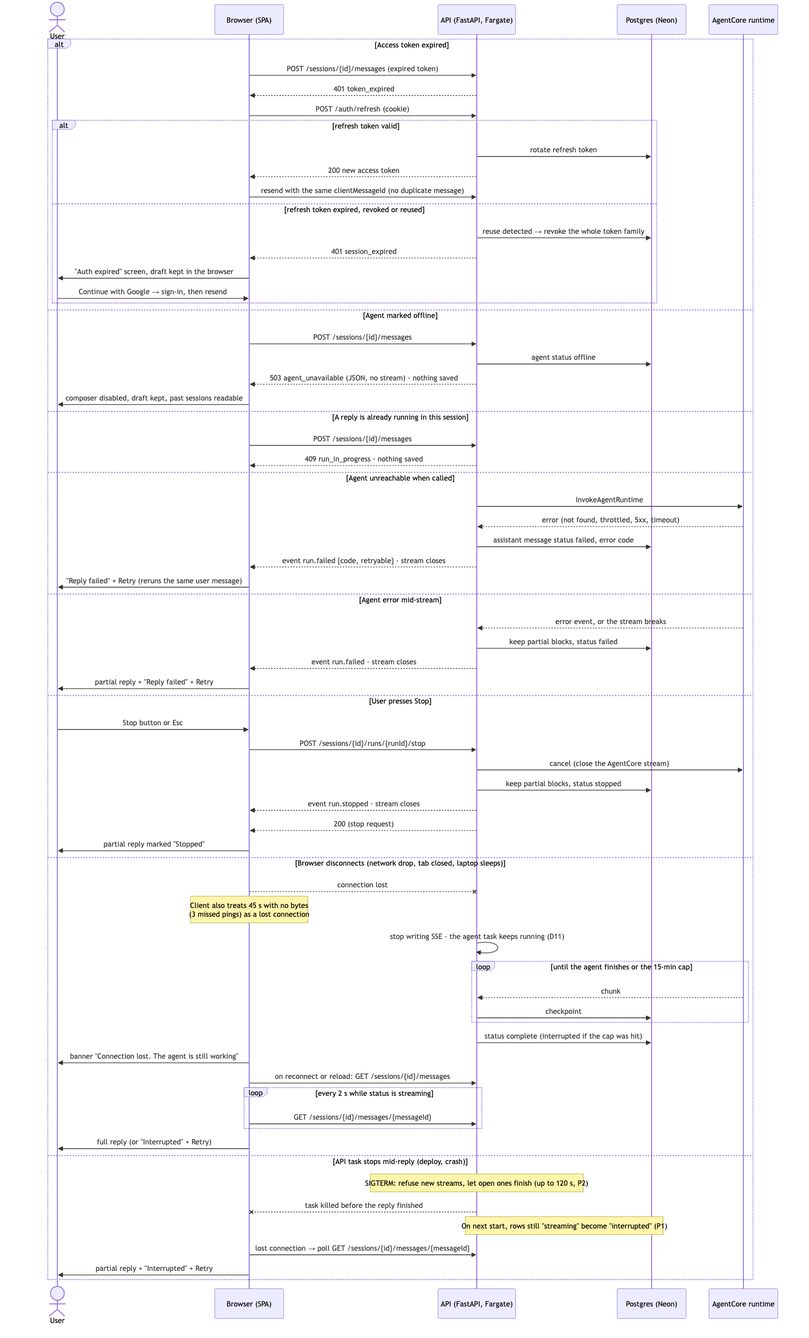
IsraelBO17/agent_hub keeps this Mermaid diagram as docs/diagrams/send-message-failures.png. Above is the earlier version. Its source is kept beside it as docs/diagrams/send-message-failures.mmd.
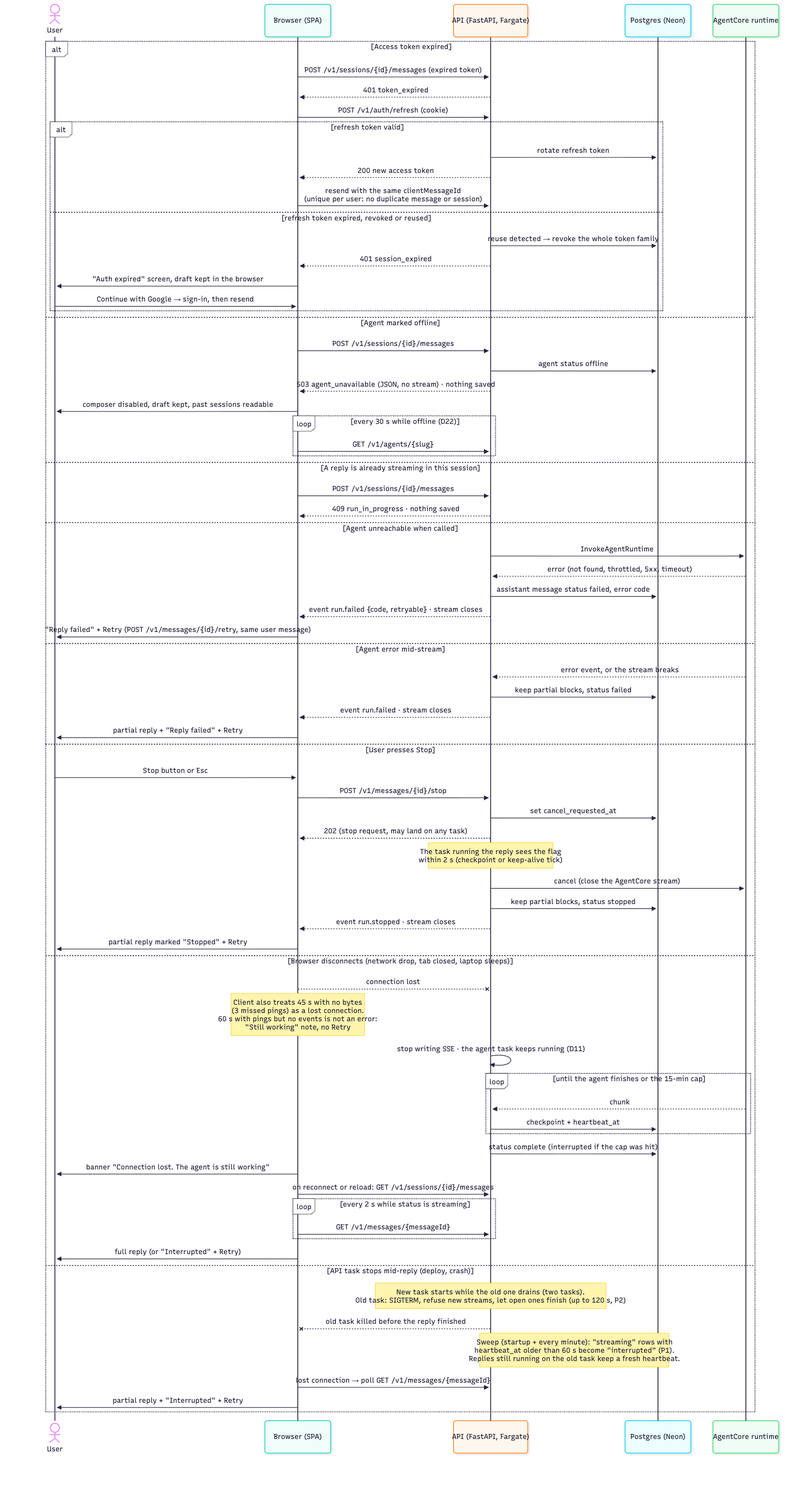
After the change.

Diff of the diagram source:
```diff
@@ -6,13 +6,13 @@
   participant R as AgentCore runtime
 
   alt Access token expired
-    B->>A: POST /sessions/{id}/messages (expired token)
+    B->>A: POST /v1/sessions/{id}/messages (expired token)
     A-->>B: 401 token_expired
-    B->>A: POST /auth/refresh (cookie)
+    B->>A: POST /v1/auth/refresh (cookie)
     alt refresh token valid
       A->>DB: rotate refresh token
       A-->>B: 200 new access token
-      B->>A: resend with the same clientMessageId (no duplicate message)
+      B->>A: resend with the same clientMessageId<br/>(unique per user: no duplicate message or session)
     else refresh token expired, revoked or reused
       A->>DB: reuse detected → revoke the whole token family
       A-->>B: 401 session_expired
@@ -21,13 +21,16 @@
     end
 
   else Agent marked offline
-    B->>A: POST /sessions/{id}/messages
+    B->>A: POST /v1/sessions/{id}/messages
     A->>DB: agent status offline
     A-->>B: 503 agent_unavailable (JSON, no stream) · nothing saved
     B->>U: composer disabled, draft kept, past sessions readable
+    loop every 30 s while offline (D22)
+      B->>A: GET /v1/agents/{slug}
+    end
 
-  else A reply is already running in this session
-    B->>A: POST /sessions/{id}/messages
+  else A reply is already streaming in this session
+    B->>A: POST /v1/sessions/{id}/messages
     A-->>B: 409 run_in_progress · nothing saved
 
   else Agent unreachable when called
@@ -35,7 +38,7 @@
     R-->>A: error (not found, throttled, 5xx, timeout)
     A->>DB: assistant message status failed, error code
     A-->>B: event run.failed {code, retryable} · stream closes
-    B->>U: "Reply failed" + Retry (reruns the same user message)
+    B->>U: "Reply failed" + Retry (POST /v1/messages/{id}/retry, same user message)
 
   else Agent error mid-stream
     R-->>A: error event, or the stream breaks
@@ -45,33 +48,35 @@
 
   else User presses Stop
     U->>B: Stop button or Esc
-    B->>A: POST /sessions/{id}/runs/{runId}/stop
+    B->>A: POST /v1/messages/{id}/stop
+    A->>DB: set cancel_requested_at
+    A-->>B: 202 (stop request, may land on any task)
+    Note over A: The task running the reply sees the flag<br/>within 2 s (checkpoint or keep-alive tick)
     A->>R: cancel (close the AgentCore stream)
     A->>DB: keep partial blocks, status stopped
     A-->>B: event run.stopped · stream closes
-    A-->>B: 200 (stop request)
-    B->>U: partial reply marked "Stopped"
+    B->>U: partial reply marked "Stopped" + Retry
 
   else Browser disconnects (network drop, tab closed, laptop sleeps)
     B--xA: connection lost
-    Note over B: Client also treats 45 s with no bytes<br/>(3 missed pings) as a lost connection
+    Note over B: Client also treats 45 s with no bytes<br/>(3 missed pings) as a lost connection.<br/>60 s with pings but no events is not an error:<br/>"Still working" note, no Retry
     A->>A: stop writing SSE · the agent task keeps running (D11)
     loop until the agent finishes or the 15-min cap
       R-->>A: chunk
-      A->>DB: checkpoint
+      A->>DB: checkpoint + heartbeat_at
     end
     A->>DB: status complete (interrupted if the cap was hit)
     B->>U: banner "Connection lost. The agent is still working"
-    B->>A: on reconnect or reload: GET /sessions/{id}/messages
+    B->>A: on reconnect or reload: GET /v1/sessions/{id}/messages
     loop every 2 s while status is streaming
-      B->>A: GET /sessions/{id}/messages/{messageId}
+      B->>A: GET /v1/messages/{messageId}
     end
     B->>U: full reply (or "Interrupted" + Retry)
 
   else API task stops mid-reply (deploy, crash)
-    Note over A: SIGTERM: refuse new streams, let open ones finish (up to 120 s, P2)
-    A--xB: task killed before the reply finished
-    Note over A,DB: On next start, rows still "streaming" become "interrupted" (P1)
-    B->>A: lost connection → poll GET /sessions/{id}/messages/{messageId}
+    Note over A: New task starts while the old one drains (two tasks).<br/>Old task: SIGTERM, refuse new streams, let open ones finish (up to 120 s, P2)
+    A--xB: old task killed before the reply finished
+    Note over A,DB: Sweep (startup + every minute): "streaming" rows with<br/>heartbeat_at older than 60 s become "interrupted" (P1).<br/>Replies still running on the old task keep a fresh heartbeat.
+    B->>A: lost connection → poll GET /v1/messages/{messageId}
     B->>U: partial reply + "Interrupted" + Retry
   end
```
